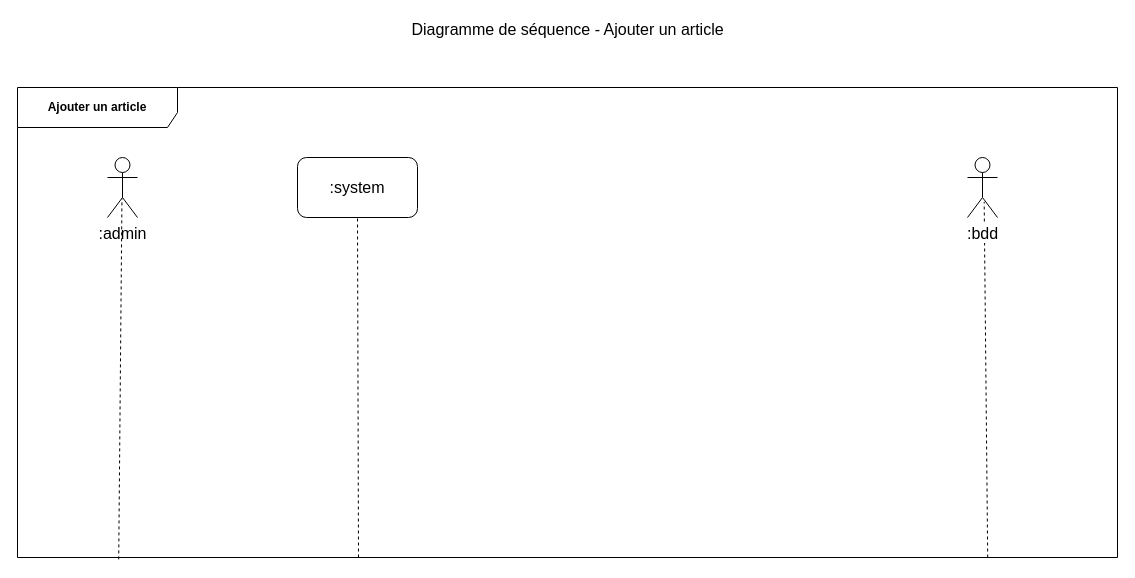
This is uml-diagrams/drawio/diagram-sequence-add-article.drawio from thomas-claireau/PHP---P6-Openclassrooms, a draw.io file, before an edit. Source tidied: cells renumbered, new cells numbered last; positions are measured from the earlier drawing's top-left corner, leaving out a move shared by most shapes. Both pictures are drawn from the tidied source at 100%, with x=0, y=0 at pixel (17, 17).
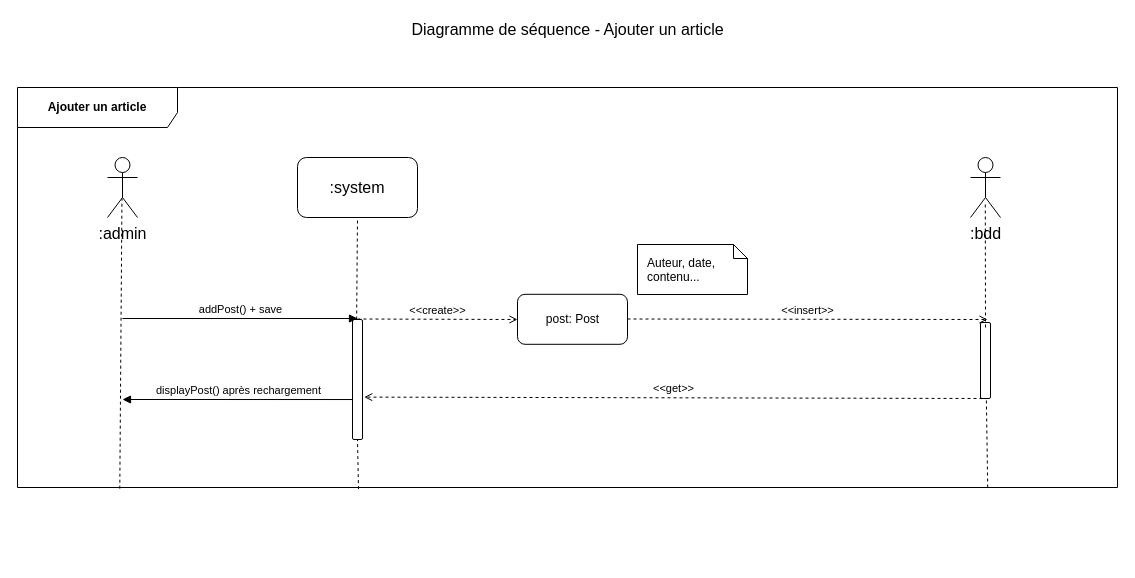
The same page after the edit.

Commit message (it also covers changes not shown here):
update sequence diagram

Unchanged cells that the change refers to:
```xml
<mxCell id="4" value=":admin" style="shape=umlActor;verticalLabelPosition=bottom;labelBackgroundColor=#ffffff;verticalAlign=top;html=1;shadow=0;strokeColor=#000000;gradientColor=none;fontSize=16;align=center;" parent="1" vertex="1">
  <mxGeometry x="90" y="140" width="30" height="60" as="geometry" />
</mxCell>
<mxCell id="5" value=":system" style="rounded=1;whiteSpace=wrap;html=1;shadow=0;labelBackgroundColor=#ffffff;strokeColor=#000000;gradientColor=none;fontSize=16;align=center;" parent="1" vertex="1">
  <mxGeometry x="280" y="140" width="120" height="60" as="geometry" />
</mxCell>
```

The edit, as a diff of the source:
```diff
@@
     <mxCell id="2" value="Ajouter un article" style="shape=umlFrame;whiteSpace=wrap;html=1;width=160;height=40;fontStyle=1;labelBackgroundColor=#ffffff;labelBorderColor=none;gradientColor=none;swimlaneFillColor=none;shadow=0;strokeColor=#000000;" parent="1" vertex="1">
-      <mxGeometry y="70" width="1100" height="470" as="geometry" />
+      <mxGeometry y="70" width="1100" height="400" as="geometry" />
     </mxCell>
@@
-    <mxCell id="6" style="endArrow=none;dashed=1;html=1;fontSize=16;entryX=0.482;entryY=0.683;entryDx=0;entryDy=0;entryPerimeter=0;exitX=0.092;exitY=1.004;exitDx=0;exitDy=0;exitPerimeter=0;" parent="1" edge="1" source="2" target="4">
+    <mxCell id="6" style="endArrow=none;dashed=1;html=1;fontSize=16;entryX=0.482;entryY=0.683;entryDx=0;entryDy=0;entryPerimeter=0;exitX=0.093;exitY=1.003;exitDx=0;exitDy=0;exitPerimeter=0;" parent="1" edge="1" source="2" target="4">
       <mxGeometry relative="1" as="geometry" />
     </mxCell>
-    <mxCell id="7" style="endArrow=none;dashed=1;html=1;fontSize=16;entryX=0.5;entryY=1;entryDx=0;entryDy=0;exitX=0.31;exitY=1;exitDx=0;exitDy=0;exitPerimeter=0;" parent="1" edge="1" source="2" target="5">
+    <mxCell id="7" style="endArrow=none;dashed=1;html=1;fontSize=16;entryX=0.5;entryY=1;entryDx=0;entryDy=0;exitX=0.31;exitY=1;exitDx=0;exitDy=0;exitPerimeter=0;" parent="1" edge="1" source="13" target="5">
       <mxGeometry relative="1" as="geometry" />
     </mxCell>
-    <mxCell id="8" style="endArrow=none;dashed=1;html=1;fontSize=16;entryX=0.556;entryY=0.739;entryDx=0;entryDy=0;entryPerimeter=0;exitX=0.882;exitY=1;exitDx=0;exitDy=0;exitPerimeter=0;" parent="1" edge="1" source="2" target="9">
-      <mxGeometry relative="1" as="geometry" />
-    </mxCell>
     <mxCell id="9" value=":bdd" style="shape=umlActor;verticalLabelPosition=bottom;labelBackgroundColor=#ffffff;verticalAlign=top;html=1;shadow=0;strokeColor=#000000;gradientColor=none;fontSize=16;align=center;" parent="1" vertex="1">
-      <mxGeometry x="950" y="140" width="30" height="60" as="geometry" />
+      <mxGeometry x="953" y="140" width="30" height="60" as="geometry" />
     </mxCell>
+    <mxCell id="10" value="post: Post" style="html=1;gradientColor=none;rounded=1;" parent="1" vertex="1">
+      <mxGeometry x="500" y="276.8" width="110" height="50" as="geometry" />
+    </mxCell>
+    <mxCell id="11" value="&amp;lt;&amp;lt;create&amp;gt;&amp;gt;" style="html=1;verticalAlign=bottom;endArrow=open;fontSize=11;dashed=1;endFill=0;" parent="1" edge="1">
+      <mxGeometry relative="1" as="geometry">
+        <mxPoint x="340" y="301.5" as="sourcePoint" />
+        <mxPoint x="500" y="302" as="targetPoint" />
+      </mxGeometry>
+    </mxCell>
+    <mxCell id="12" value="Auteur, date, contenu..." style="shape=note;whiteSpace=wrap;html=1;size=14;verticalAlign=top;align=left;spacingTop=5;rounded=1;gradientColor=none;spacingLeft=8;spacingRight=8;" parent="1" vertex="1">
+      <mxGeometry x="620" y="227" width="110" height="50" as="geometry" />
+    </mxCell>
+    <mxCell id="13" style="html=1;points=[];perimeter=orthogonalPerimeter;rounded=1;gradientColor=none;" parent="1" vertex="1">
+      <mxGeometry x="335" y="302" width="10" height="120" as="geometry" />
+    </mxCell>
+    <mxCell id="14" style="endArrow=none;dashed=1;html=1;fontSize=16;entryX=0.5;entryY=1;entryDx=0;entryDy=0;exitX=0.31;exitY=1.004;exitDx=0;exitDy=0;exitPerimeter=0;" parent="1" edge="1" source="2" target="13">
+      <mxGeometry relative="1" as="geometry" />
+    </mxCell>
+    <mxCell id="15" value="addPost() + save" style="html=1;verticalAlign=bottom;endArrow=block;fontSize=11;" parent="1" edge="1">
+      <mxGeometry relative="1" as="geometry">
+        <mxPoint x="105" y="301" as="sourcePoint" />
+        <mxPoint x="340" y="301" as="targetPoint" />
+      </mxGeometry>
+    </mxCell>
+    <mxCell id="16" style="endArrow=none;dashed=1;html=1;fontSize=16;entryX=0.556;entryY=0.739;entryDx=0;entryDy=0;entryPerimeter=0;exitX=0.882;exitY=1;exitDx=0;exitDy=0;exitPerimeter=0;" parent="1" edge="1" source="2" target="17">
+      <mxGeometry relative="1" as="geometry" />
+    </mxCell>
+    <mxCell id="17" style="html=1;points=[];perimeter=orthogonalPerimeter;rounded=1;gradientColor=none;" parent="1" vertex="1">
+      <mxGeometry x="963" y="305" width="10" height="76" as="geometry" />
+    </mxCell>
+    <mxCell id="18" value="&amp;lt;&amp;lt;insert&amp;gt;&amp;gt;" style="html=1;verticalAlign=bottom;endArrow=open;fontSize=11;dashed=1;endFill=0;" parent="1" edge="1">
+      <mxGeometry relative="1" as="geometry">
+        <mxPoint x="610" y="301.5" as="sourcePoint" />
+        <mxPoint x="970" y="302" as="targetPoint" />
+      </mxGeometry>
+    </mxCell>
+    <mxCell id="19" value="&amp;lt;&amp;lt;get&amp;gt;&amp;gt;" style="html=1;verticalAlign=bottom;endArrow=open;fontSize=11;dashed=1;endFill=0;entryX=1.168;entryY=0.713;entryDx=0;entryDy=0;entryPerimeter=0;exitX=0.146;exitY=0.999;exitDx=0;exitDy=0;exitPerimeter=0;" parent="1" edge="1">
+      <mxGeometry relative="1" as="geometry">
+        <mxPoint x="965" y="381" as="sourcePoint" />
+        <mxPoint x="346.7" y="379.6" as="targetPoint" />
+      </mxGeometry>
+    </mxCell>
+    <mxCell id="20" value="displayPost() après rechargement" style="html=1;verticalAlign=bottom;endArrow=block;fontSize=11;exitX=0.057;exitY=0.667;exitDx=0;exitDy=0;exitPerimeter=0;" parent="1" edge="1" source="13">
+      <mxGeometry relative="1" as="geometry">
+        <mxPoint x="105" y="382" as="targetPoint" />
+      </mxGeometry>
+    </mxCell>
+    <mxCell id="21" style="endArrow=none;dashed=1;html=1;fontSize=16;entryX=0.493;entryY=0.739;entryDx=0;entryDy=0;entryPerimeter=0;" parent="1" edge="1" target="9">
+      <mxGeometry relative="1" as="geometry">
+        <mxPoint x="968" y="310" as="sourcePoint" />
+      </mxGeometry>
+    </mxCell>
```
